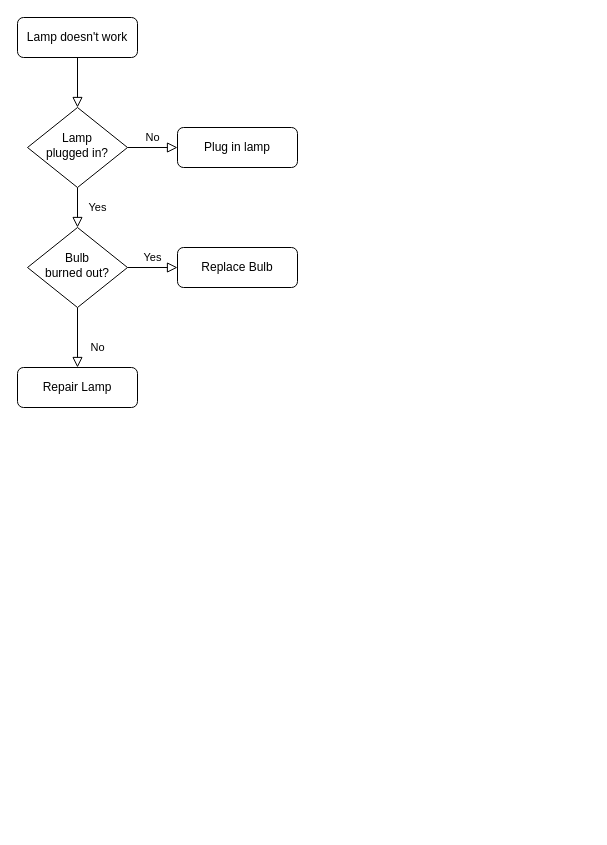
DamianFlynn/temp keeps this draw.io diagram as Untitled Diagram.drawio. Above is the earlier version. Source tidied: cells renumbered, new cells numbered last; positions are measured from the earlier drawing's top-left corner, leaving out a move shared by most shapes. Both pictures are drawn from the tidied source at 100%, with x=0, y=0 at pixel (17, 17).
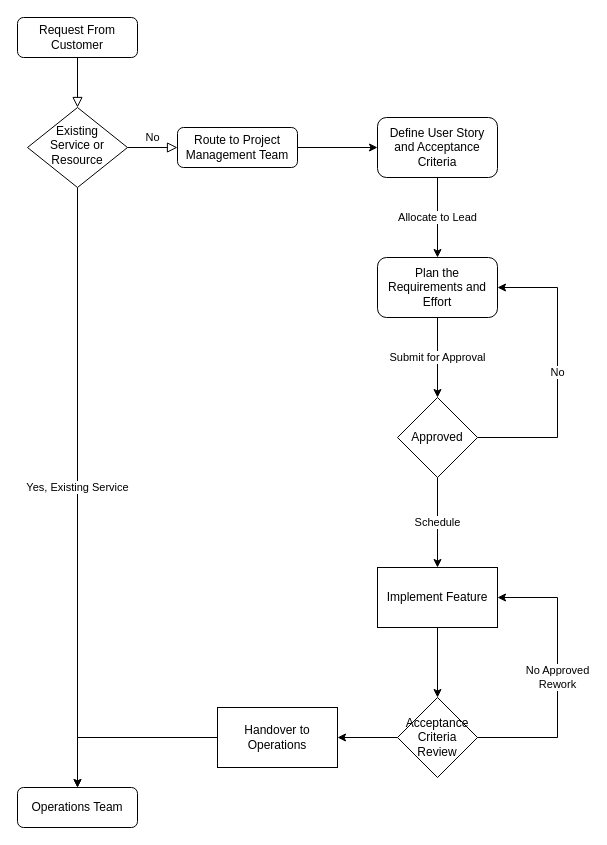
The same page after the edit.

Diff of the diagram source:
```diff
@@
-    <mxCell id="3" value="Lamp doesn't work" style="rounded=1;whiteSpace=wrap;html=1;fontSize=12;glass=0;strokeWidth=1;shadow=0;" parent="1" vertex="1">
+    <mxCell id="3" value="Request From Customer" style="rounded=1;whiteSpace=wrap;html=1;fontSize=12;glass=0;strokeWidth=1;shadow=0;" parent="1" vertex="1">
       <mxGeometry width="120" height="40" as="geometry" />
     </mxCell>
-    <mxCell id="4" value="Yes" style="rounded=0;html=1;jettySize=auto;fontSize=11;endArrow=block;endFill=0;endSize=8;strokeWidth=1;shadow=0;labelBackgroundColor=none;edgeStyle=orthogonalEdgeStyle;" parent="1" edge="1" source="6" target="10">
-      <mxGeometry y="20" relative="1" as="geometry" />
-    </mxCell>
@@
+    <mxCell id="13" value="Yes, Existing Service" style="edgeStyle=orthogonalEdgeStyle;rounded=0;jettySize=auto;html=1;exitX=0.5;exitY=1;exitDx=0;exitDy=0;entryX=0.5;entryY=0;entryDx=0;entryDy=0;" parent="1" edge="1" source="6" target="12">
+      <mxGeometry relative="1" as="geometry" />
+    </mxCell>
-    <mxCell id="6" value="Lamp&lt;br&gt;plugged in?" style="rhombus;whiteSpace=wrap;html=1;shadow=0;fontFamily=Helvetica;fontSize=12;align=center;strokeWidth=1;spacing=6;spacingTop=-4;" parent="1" vertex="1">
+    <mxCell id="6" value="&lt;div&gt;Existing &lt;br&gt;&lt;/div&gt;&lt;div&gt;Service or Resource&lt;/div&gt;" style="rhombus;whiteSpace=wrap;html=1;shadow=0;fontFamily=Helvetica;fontSize=12;align=center;strokeWidth=1;spacing=6;spacingTop=-4;" parent="1" vertex="1">
       <mxGeometry x="10" y="90" width="100" height="80" as="geometry" />
     </mxCell>
+    <mxCell id="14" style="edgeStyle=orthogonalEdgeStyle;rounded=0;jettySize=auto;html=1;" parent="1" edge="1" source="7" target="16">
+      <mxGeometry relative="1" as="geometry" />
+    </mxCell>
-    <mxCell id="7" value="Plug in lamp" style="rounded=1;whiteSpace=wrap;html=1;fontSize=12;glass=0;strokeWidth=1;shadow=0;" parent="1" vertex="1">
+    <mxCell id="7" value="Route to Project Management Team" style="rounded=1;whiteSpace=wrap;html=1;fontSize=12;glass=0;strokeWidth=1;shadow=0;" parent="1" vertex="1">
       <mxGeometry x="160" y="110" width="120" height="40" as="geometry" />
     </mxCell>
+    <mxCell id="12" value="Operations Team" style="rounded=1;whiteSpace=wrap;html=1;fontSize=12;glass=0;strokeWidth=1;shadow=0;" parent="1" vertex="1">
+      <mxGeometry y="770" width="120" height="40" as="geometry" />
+    </mxCell>
+    <mxCell id="15" value="Allocate to Lead" style="edgeStyle=orthogonalEdgeStyle;rounded=0;jettySize=auto;html=1;" parent="1" edge="1" source="16" target="18">
+      <mxGeometry relative="1" as="geometry" />
+    </mxCell>
+    <mxCell id="16" value="Define User Story and Acceptance Criteria" style="whiteSpace=wrap;html=1;rounded=1;shadow=0;strokeWidth=1;glass=0;" parent="1" vertex="1">
+      <mxGeometry x="360" y="100" width="120" height="60" as="geometry" />
+    </mxCell>
+    <mxCell id="17" value="Submit for Approval" style="edgeStyle=orthogonalEdgeStyle;rounded=0;jettySize=auto;html=1;" parent="1" edge="1" source="18">
+      <mxGeometry relative="1" as="geometry">
+        <mxPoint x="420" y="380" as="targetPoint" />
+      </mxGeometry>
+    </mxCell>
+    <mxCell id="18" value="Plan the Requirements and Effort" style="whiteSpace=wrap;html=1;rounded=1;shadow=0;strokeWidth=1;glass=0;" parent="1" vertex="1">
+      <mxGeometry x="360" y="240" width="120" height="60" as="geometry" />
+    </mxCell>
-    <mxCell id="8" value="No" style="rounded=0;html=1;jettySize=auto;fontSize=11;endArrow=block;endFill=0;endSize=8;strokeWidth=1;shadow=0;labelBackgroundColor=none;edgeStyle=orthogonalEdgeStyle;" parent="1" edge="1" source="10" target="11">
-      <mxGeometry x="0.33" y="20" relative="1" as="geometry" />
+    <mxCell id="8" value="No" style="edgeStyle=orthogonalEdgeStyle;rounded=0;jettySize=auto;html=1;entryX=1;entryY=0.5;entryDx=0;entryDy=0;exitX=1;exitY=0.5;exitDx=0;exitDy=0;" parent="1" edge="1" source="20" target="18">
+      <mxGeometry relative="1" as="geometry">
+        <Array as="points">
+          <mxPoint x="540" y="420" />
+          <mxPoint x="540" y="270" />
+        </Array>
+      </mxGeometry>
     </mxCell>
-    <mxCell id="9" value="Yes" style="edgeStyle=orthogonalEdgeStyle;rounded=0;html=1;jettySize=auto;fontSize=11;endArrow=block;endFill=0;endSize=8;strokeWidth=1;shadow=0;labelBackgroundColor=none;" parent="1" edge="1" source="10" target="12">
-      <mxGeometry y="10" relative="1" as="geometry" />
-    </mxCell>
-    <mxCell id="10" value="Bulb&lt;br&gt;burned out?" style="rhombus;whiteSpace=wrap;html=1;shadow=0;fontFamily=Helvetica;fontSize=12;align=center;strokeWidth=1;spacing=6;spacingTop=-4;" parent="1" vertex="1">
-      <mxGeometry x="10" y="210" width="100" height="80" as="geometry" />
-    </mxCell>
-    <mxCell id="11" value="Repair Lamp" style="rounded=1;whiteSpace=wrap;html=1;fontSize=12;glass=0;strokeWidth=1;shadow=0;" parent="1" vertex="1">
-      <mxGeometry y="350" width="120" height="40" as="geometry" />
-    </mxCell>
-    <mxCell id="12" value="Replace Bulb" style="rounded=1;whiteSpace=wrap;html=1;fontSize=12;glass=0;strokeWidth=1;shadow=0;" parent="1" vertex="1">
-      <mxGeometry x="160" y="230" width="120" height="40" as="geometry" />
-    </mxCell>
+    <mxCell id="19" value="Schedule" style="edgeStyle=orthogonalEdgeStyle;rounded=0;jettySize=auto;html=1;" parent="1" edge="1" source="20" target="22">
+      <mxGeometry relative="1" as="geometry" />
+    </mxCell>
+    <mxCell id="20" value="Approved" style="rhombus;whiteSpace=wrap;html=1;" parent="1" vertex="1">
+      <mxGeometry x="380" y="380" width="80" height="80" as="geometry" />
+    </mxCell>
+    <mxCell id="21" style="edgeStyle=orthogonalEdgeStyle;rounded=0;jettySize=auto;html=1;" parent="1" edge="1" source="22" target="25">
+      <mxGeometry relative="1" as="geometry" />
+    </mxCell>
+    <mxCell id="22" value="Implement Feature" style="whiteSpace=wrap;html=1;" parent="1" vertex="1">
+      <mxGeometry x="360" y="550" width="120" height="60" as="geometry" />
+    </mxCell>
+    <mxCell id="23" value="&lt;div&gt;No Approved&lt;/div&gt;&lt;div&gt;Rework&lt;br&gt;&lt;/div&gt;" style="edgeStyle=orthogonalEdgeStyle;rounded=0;jettySize=auto;html=1;entryX=1;entryY=0.5;entryDx=0;entryDy=0;exitX=1;exitY=0.5;exitDx=0;exitDy=0;" parent="1" edge="1" source="25" target="22">
+      <mxGeometry relative="1" as="geometry">
+        <Array as="points">
+          <mxPoint x="540" y="720" />
+          <mxPoint x="540" y="580" />
+        </Array>
+      </mxGeometry>
+    </mxCell>
+    <mxCell id="24" style="edgeStyle=orthogonalEdgeStyle;rounded=0;jettySize=auto;html=1;" parent="1" edge="1" source="25" target="27">
+      <mxGeometry relative="1" as="geometry" />
+    </mxCell>
+    <mxCell id="25" value="Acceptance Criteria Review" style="rhombus;whiteSpace=wrap;html=1;" parent="1" vertex="1">
+      <mxGeometry x="380" y="680" width="80" height="80" as="geometry" />
+    </mxCell>
+    <mxCell id="26" style="edgeStyle=orthogonalEdgeStyle;rounded=0;jettySize=auto;html=1;entryX=0.5;entryY=0;entryDx=0;entryDy=0;" parent="1" edge="1" source="27" target="12">
+      <mxGeometry relative="1" as="geometry" />
+    </mxCell>
+    <mxCell id="27" value="Handover to Operations" style="whiteSpace=wrap;html=1;" parent="1" vertex="1">
+      <mxGeometry x="200" y="690" width="120" height="60" as="geometry" />
+    </mxCell>
```
